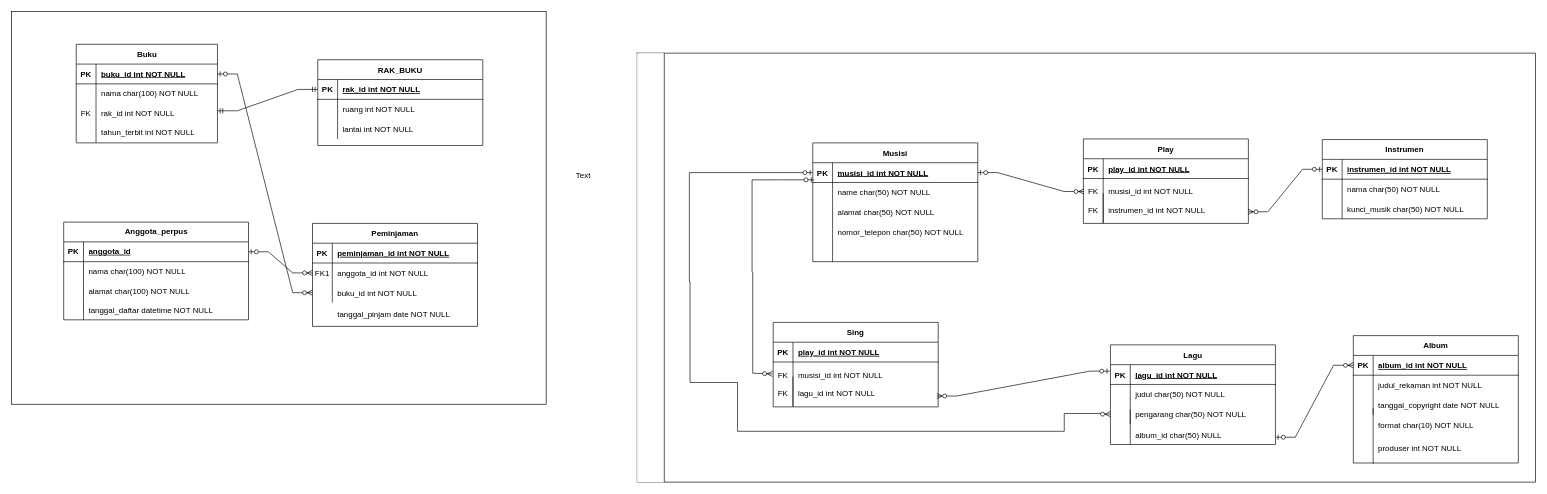
Earlier version of the draw.io diagram Untitled Diagram.drawio (josephgreffenkomala/Basis-Data). Source tidied: cells renumbered, new cells numbered last; positions are measured from the earlier drawing's top-left corner, leaving out a move shared by most shapes. Both pictures are drawn from the tidied source at 66%, with x=0, y=0 at pixel (11, 11).
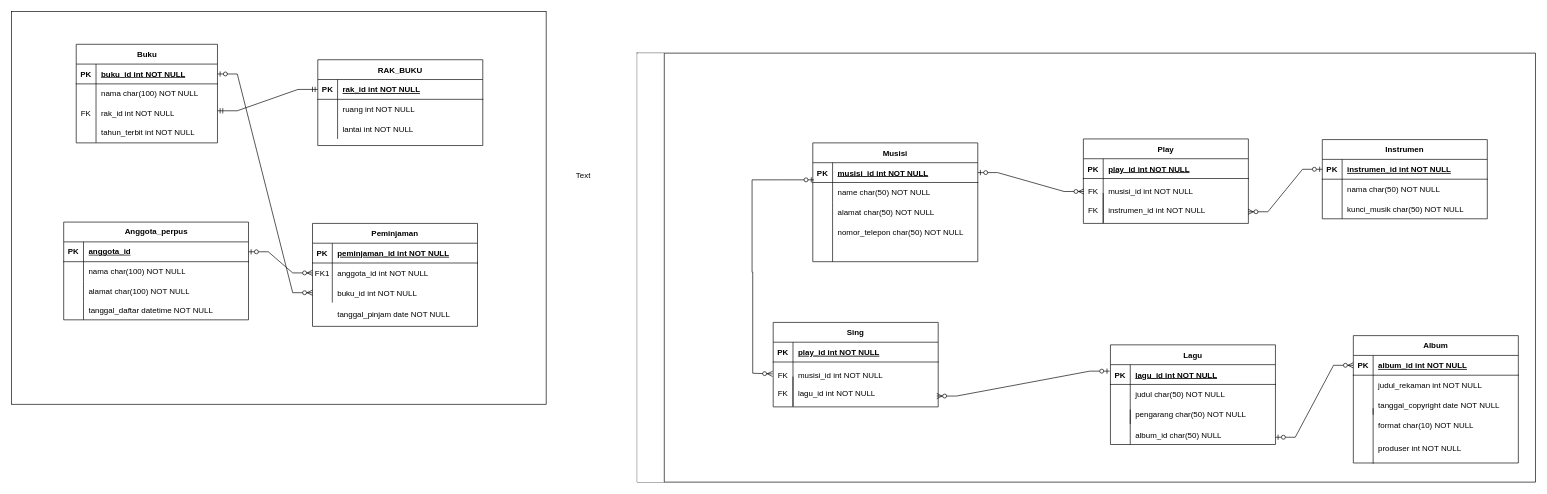
The same diagram, later.

Unchanged cells that the change refers to:
```xml
<mxCell id="32" style="shape=partialRectangle;fillColor=none;points=[[0,0.5],[1,0.5]];portConstraint=eastwest;top=0;left=0;right=0;bottom=0;" parent="25" vertex="1">
  <mxGeometry y="90" width="250" height="30" as="geometry" />
</mxCell>
<mxCell id="72" style="shape=partialRectangle;fillColor=none;points=[[0,0.5],[1,0.5]];portConstraint=eastwest;top=0;left=0;right=0;bottom=1;" parent="71" vertex="1">
  <mxGeometry y="30" width="250" height="30" as="geometry" />
</mxCell>
```

The edit, as a diff of the source:
```diff
@@
-    <mxCell id="123" style="edgeStyle=orthogonalEdgeStyle;fontSize=12;html=1;endArrow=ERzeroToMany;startArrow=ERzeroToOne;rounded=0;exitX=0;exitY=0.5;exitDx=0;exitDy=0;entryX=0;entryY=0.5;entryDx=0;entryDy=0;" parent="1" edge="1" source="72" target="32">
-      <mxGeometry relative="1" as="geometry">
-        <Array as="points">
-          <mxPoint x="1027" y="244" />
-          <mxPoint x="1027" y="409" />
-          <mxPoint x="1028" y="409" />
-          <mxPoint x="1028" y="562" />
-          <mxPoint x="1100" y="562" />
-          <mxPoint x="1100" y="636" />
-          <mxPoint x="1595" y="636" />
-          <mxPoint x="1595" y="609" />
-          <mxPoint x="1656" y="609" />
-        </Array>
-      </mxGeometry>
-    </mxCell>
```
